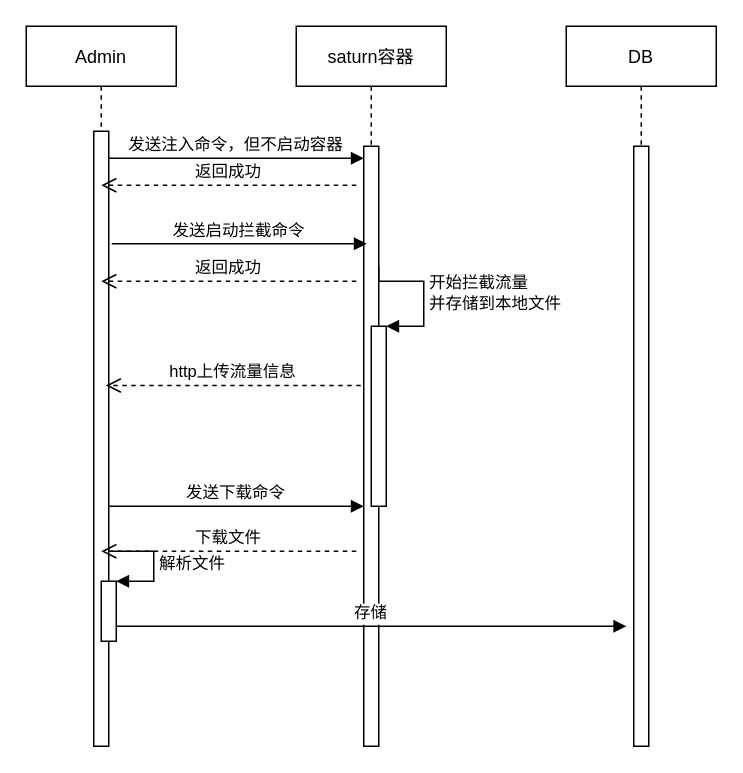
This is vipshop/job回放.drawio from ganziwen/diagrams, a draw.io file, before an edit. Source tidied: cells renumbered, new cells numbered last; positions are measured from the earlier drawing's top-left corner, leaving out a move shared by most shapes. Both pictures are drawn from the tidied source at 150%, with x=0, y=0 at pixel (26, 26).
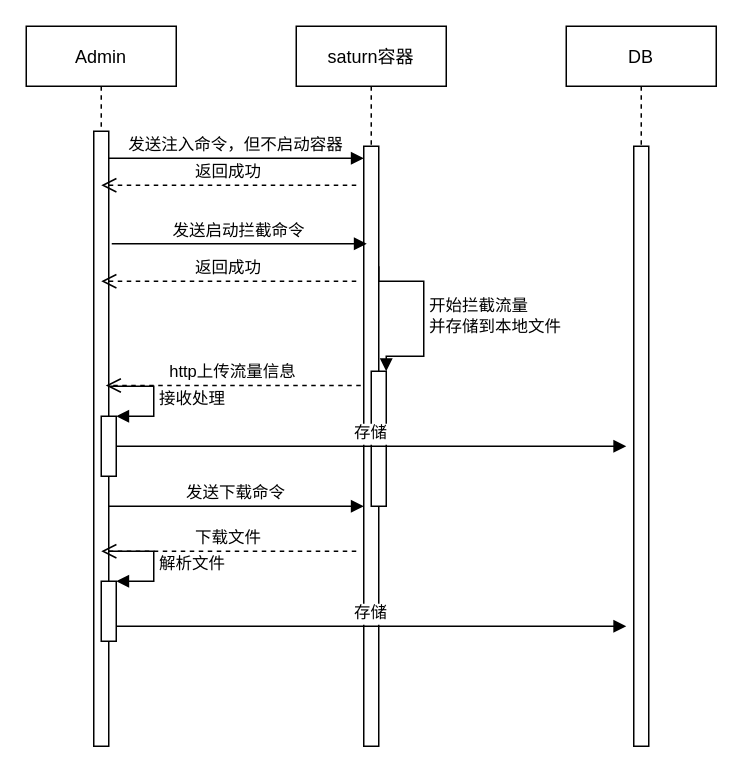
Above is the later version.

Unchanged cells that the change refers to:
```xml
<mxCell id="2" value="Admin" style="shape=umlLifeline;perimeter=lifelinePerimeter;rounded=0;shadow=0;strokeWidth=1;" parent="1" vertex="1">
  <mxGeometry width="100" height="480" as="geometry" />
</mxCell>
<mxCell id="6" value="saturn容器" style="shape=umlLifeline;perimeter=lifelinePerimeter;rounded=0;shadow=0;strokeWidth=1;" parent="1" vertex="1">
  <mxGeometry x="180" width="100" height="480" as="geometry" />
</mxCell>
```

Change to the diagram source:
```diff
@@
+    <mxCell id="20" style="html=1;points=[];perimeter=orthogonalPerimeter;" parent="2" vertex="1">
+      <mxGeometry x="50" y="260" width="10" height="40" as="geometry" />
+    </mxCell>
+    <mxCell id="21" value="接收处理" style="edgeStyle=orthogonalEdgeStyle;html=1;align=left;spacingLeft=2;endArrow=block;rounded=0;entryX=1;entryY=0;" parent="2" edge="1" target="20">
+      <mxGeometry relative="1" as="geometry">
+        <mxPoint x="55" y="240" as="sourcePoint" />
+        <Array as="points">
+          <mxPoint x="85" y="240" />
+        </Array>
+      </mxGeometry>
+    </mxCell>
@@
     <mxCell id="8" style="html=1;points=[];perimeter=orthogonalPerimeter;" parent="6" vertex="1">
-      <mxGeometry x="50" y="200" width="10" height="120" as="geometry" />
+      <mxGeometry x="50" y="230" width="10" height="90" as="geometry" />
     </mxCell>
     <mxCell id="9" value="开始拦截流量&lt;br&gt;并存储到本地文件" style="edgeStyle=orthogonalEdgeStyle;html=1;align=left;spacingLeft=2;endArrow=block;rounded=0;entryX=1;entryY=0;" parent="6" edge="1" target="8">
       <mxGeometry relative="1" as="geometry">
         <mxPoint x="55" y="160" as="sourcePoint" />
         <Array as="points">
           <mxPoint x="55" y="170" />
           <mxPoint x="85" y="170" />
-          <mxPoint x="85" y="200" />
+          <mxPoint x="85" y="220" />
+          <mxPoint x="60" y="220" />
         </Array>
       </mxGeometry>
     </mxCell>
@@
+    <mxCell id="22" value="存储" style="verticalAlign=bottom;endArrow=block;shadow=0;strokeWidth=1;exitX=1;exitY=0.75;exitDx=0;exitDy=0;exitPerimeter=0;" parent="1" edge="1">
+      <mxGeometry relative="1" as="geometry">
+        <mxPoint x="60" y="280" as="sourcePoint" />
+        <mxPoint x="400" y="280" as="targetPoint" />
+      </mxGeometry>
+    </mxCell>
```
